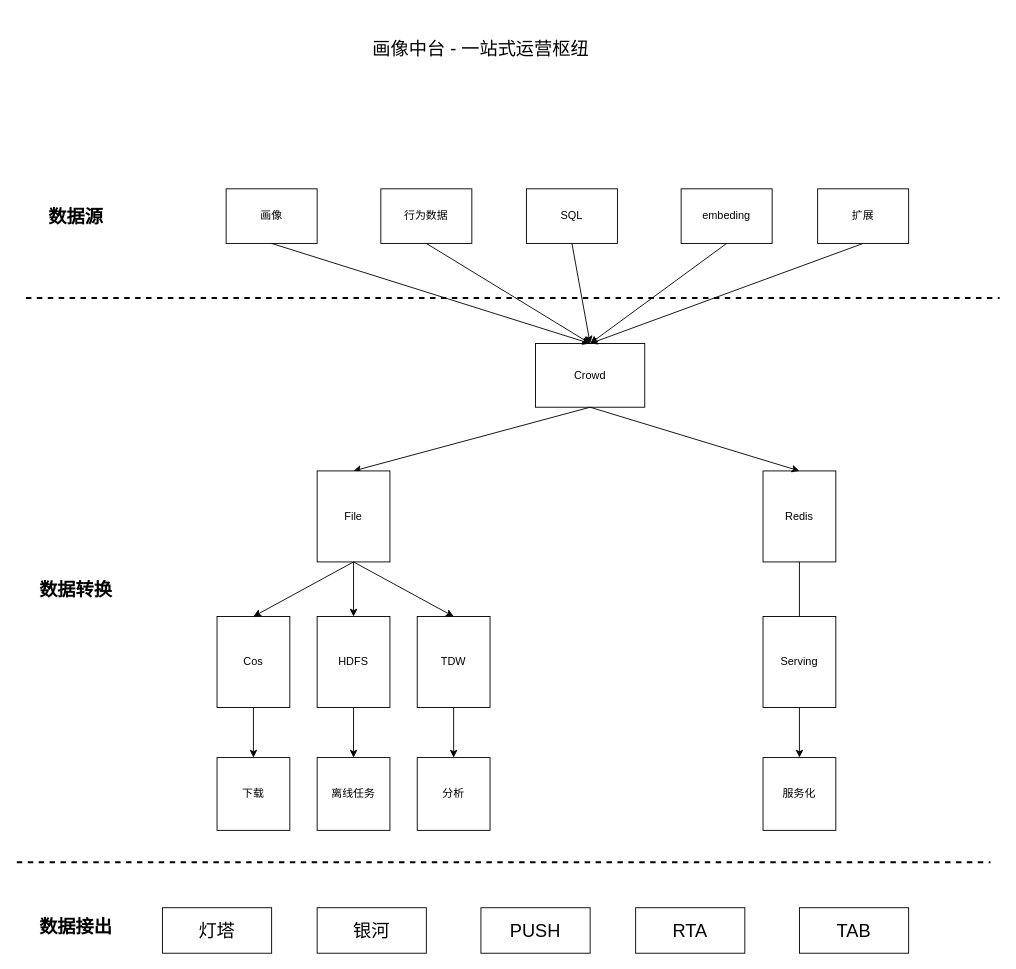
The draw.io diagram tx_infr.drawio in learn2Pro/draw_io_save, before the edit. Source tidied: cells renumbered, new cells numbered last; positions are measured from the earlier drawing's top-left corner, leaving out a move shared by most shapes. Both pictures are drawn from the tidied source at 91%, with x=0, y=0 at pixel (16, 15).
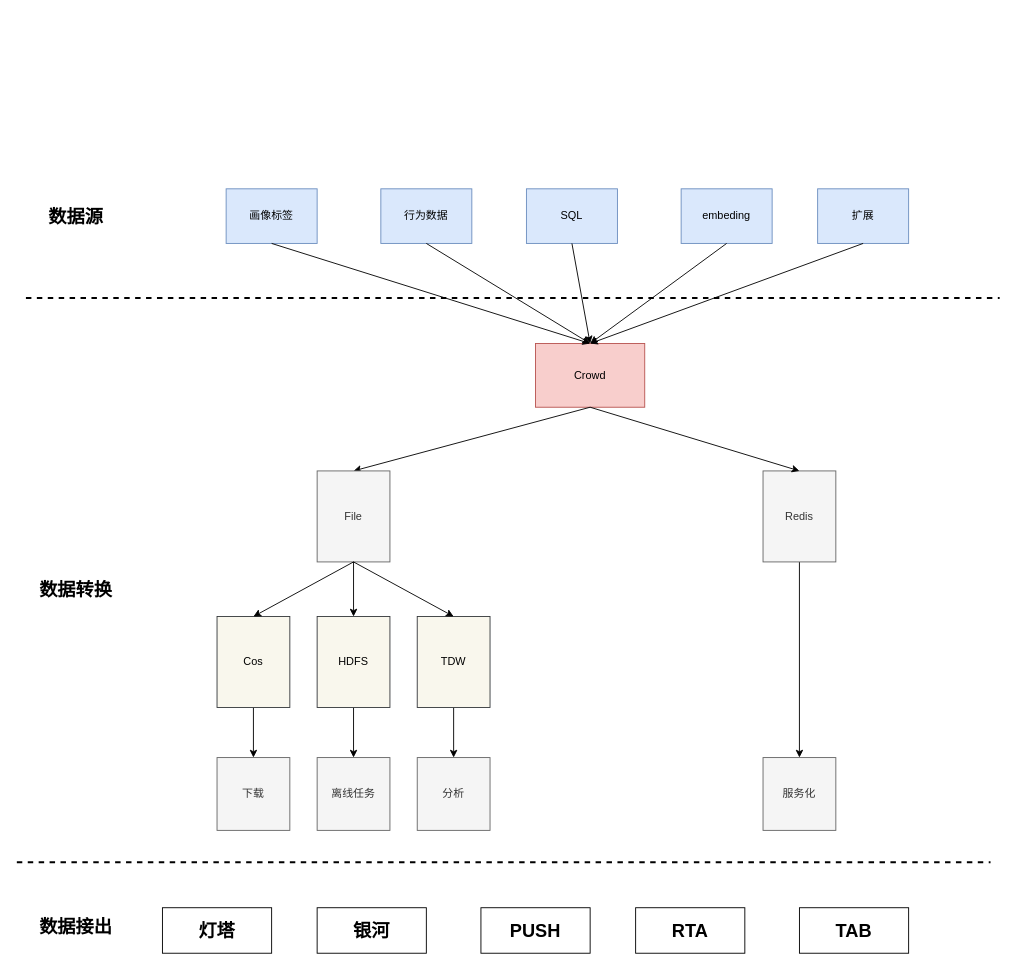
Above is the later version.

Diff of the diagram source:
```diff
@@
-    <mxCell id="2" value="Crowd" style="rounded=0;whiteSpace=wrap;html=1;" parent="1" vertex="1">
+    <mxCell id="2" value="Crowd" style="rounded=0;whiteSpace=wrap;html=1;fillColor=#f8cecc;strokeColor=#b85450;" parent="1" vertex="1">
       <mxGeometry x="570" y="360" width="120" height="70" as="geometry" />
     </mxCell>
@@
-    <mxCell id="4" value="File" style="rounded=0;whiteSpace=wrap;html=1;" parent="1" vertex="1">
+    <mxCell id="4" value="File" style="rounded=0;whiteSpace=wrap;html=1;fillColor=#f5f5f5;fontColor=#333333;strokeColor=#666666;" parent="1" vertex="1">
       <mxGeometry x="330" y="500" width="80" height="100" as="geometry" />
     </mxCell>
-    <mxCell id="5" style="edgeStyle=orthogonalEdgeStyle;rounded=0;jettySize=auto;html=1;startArrow=none;" parent="1" edge="1" source="21" target="20">
-      <mxGeometry relative="1" as="geometry" />
-    </mxCell>
+    <mxCell id="44" style="edgeStyle=orthogonalEdgeStyle;rounded=0;jettySize=auto;html=1;entryX=0.5;entryY=0;entryDx=0;entryDy=0;" parent="1" edge="1" source="6" target="20">
+      <mxGeometry relative="1" as="geometry" />
+    </mxCell>
-    <mxCell id="6" value="Redis" style="rounded=0;whiteSpace=wrap;html=1;" parent="1" vertex="1">
+    <mxCell id="6" value="Redis" style="rounded=0;whiteSpace=wrap;html=1;fillColor=#f5f5f5;fontColor=#333333;strokeColor=#666666;" parent="1" vertex="1">
       <mxGeometry x="820" y="500" width="80" height="100" as="geometry" />
     </mxCell>
@@
-    <mxCell id="9" value="Cos" style="rounded=0;whiteSpace=wrap;html=1;" parent="1" vertex="1">
+    <mxCell id="9" value="Cos" style="rounded=0;whiteSpace=wrap;html=1;fillColor=#f9f7ed;strokeColor=#36393d;" parent="1" vertex="1">
       <mxGeometry x="220" y="660" width="80" height="100" as="geometry" />
     </mxCell>
@@
-    <mxCell id="11" value="HDFS" style="rounded=0;whiteSpace=wrap;html=1;" parent="1" vertex="1">
+    <mxCell id="11" value="HDFS" style="rounded=0;whiteSpace=wrap;html=1;fillColor=#f9f7ed;strokeColor=#36393d;" parent="1" vertex="1">
       <mxGeometry x="330" y="660" width="80" height="100" as="geometry" />
     </mxCell>
@@
-    <mxCell id="13" value="TDW" style="rounded=0;whiteSpace=wrap;html=1;" parent="1" vertex="1">
+    <mxCell id="13" value="TDW" style="rounded=0;whiteSpace=wrap;html=1;fillColor=#f9f7ed;strokeColor=#36393d;" parent="1" vertex="1">
       <mxGeometry x="440" y="660" width="80" height="100" as="geometry" />
     </mxCell>
@@
-    <mxCell id="17" value="下载" style="whiteSpace=wrap;html=1;" parent="1" vertex="1">
+    <mxCell id="17" value="下载" style="whiteSpace=wrap;html=1;fillColor=#f5f5f5;fontColor=#333333;strokeColor=#666666;" parent="1" vertex="1">
       <mxGeometry x="220" y="815" width="80" height="80" as="geometry" />
     </mxCell>
-    <mxCell id="18" value="离线任务" style="whiteSpace=wrap;html=1;" parent="1" vertex="1">
+    <mxCell id="18" value="离线任务" style="whiteSpace=wrap;html=1;fillColor=#f5f5f5;fontColor=#333333;strokeColor=#666666;" parent="1" vertex="1">
       <mxGeometry x="330" y="815" width="80" height="80" as="geometry" />
     </mxCell>
-    <mxCell id="19" value="分析" style="whiteSpace=wrap;html=1;" parent="1" vertex="1">
+    <mxCell id="19" value="分析" style="whiteSpace=wrap;html=1;fillColor=#f5f5f5;fontColor=#333333;strokeColor=#666666;" parent="1" vertex="1">
       <mxGeometry x="440" y="815" width="80" height="80" as="geometry" />
     </mxCell>
-    <mxCell id="20" value="服务化" style="rounded=0;whiteSpace=wrap;html=1;" parent="1" vertex="1">
+    <mxCell id="20" value="服务化" style="rounded=0;whiteSpace=wrap;html=1;fillColor=#f5f5f5;fontColor=#333333;strokeColor=#666666;" parent="1" vertex="1">
       <mxGeometry x="820" y="815" width="80" height="80" as="geometry" />
     </mxCell>
-    <mxCell id="21" value="Serving" style="rounded=0;whiteSpace=wrap;html=1;" parent="1" vertex="1">
-      <mxGeometry x="820" y="660" width="80" height="100" as="geometry" />
-    </mxCell>
-    <mxCell id="22" style="edgeStyle=orthogonalEdgeStyle;rounded=0;jettySize=auto;html=1;endArrow=none;" parent="1" edge="1" source="6" target="21">
-      <mxGeometry relative="1" as="geometry" />
-    </mxCell>
-    <mxCell id="23" value="画像" style="rounded=0;whiteSpace=wrap;html=1;" parent="1" vertex="1">
+    <mxCell id="23" value="画像标签" style="rounded=0;whiteSpace=wrap;html=1;fillColor=#dae8fc;strokeColor=#6c8ebf;" parent="1" vertex="1">
       <mxGeometry x="230" y="190" width="100" height="60" as="geometry" />
     </mxCell>
-    <mxCell id="24" value="行为数据" style="rounded=0;whiteSpace=wrap;html=1;" parent="1" vertex="1">
+    <mxCell id="24" value="行为数据" style="rounded=0;whiteSpace=wrap;html=1;fillColor=#dae8fc;strokeColor=#6c8ebf;" parent="1" vertex="1">
       <mxGeometry x="400" y="190" width="100" height="60" as="geometry" />
     </mxCell>
-    <mxCell id="25" value="SQL" style="rounded=0;whiteSpace=wrap;html=1;" parent="1" vertex="1">
+    <mxCell id="25" value="SQL" style="rounded=0;whiteSpace=wrap;html=1;fillColor=#dae8fc;strokeColor=#6c8ebf;" parent="1" vertex="1">
       <mxGeometry x="560" y="190" width="100" height="60" as="geometry" />
     </mxCell>
-    <mxCell id="26" value="embeding" style="rounded=0;whiteSpace=wrap;html=1;" parent="1" vertex="1">
+    <mxCell id="26" value="embeding" style="rounded=0;whiteSpace=wrap;html=1;fillColor=#dae8fc;strokeColor=#6c8ebf;" parent="1" vertex="1">
       <mxGeometry x="730" y="190" width="100" height="60" as="geometry" />
     </mxCell>
-    <mxCell id="27" value="扩展" style="rounded=0;whiteSpace=wrap;html=1;" parent="1" vertex="1">
+    <mxCell id="27" value="扩展" style="rounded=0;whiteSpace=wrap;html=1;fillColor=#dae8fc;strokeColor=#6c8ebf;" parent="1" vertex="1">
       <mxGeometry x="880" y="190" width="100" height="60" as="geometry" />
     </mxCell>
@@
-    <mxCell id="37" value="&lt;font style=&quot;font-size: 20px&quot;&gt;TAB&lt;/font&gt;" style="rounded=0;whiteSpace=wrap;html=1;fontSize=12;" parent="1" vertex="1">
+    <mxCell id="37" value="&lt;font style=&quot;font-size: 20px&quot;&gt;TAB&lt;/font&gt;" style="rounded=0;whiteSpace=wrap;html=1;fontSize=12;fontStyle=1;" parent="1" vertex="1">
       <mxGeometry x="860" y="980" width="120" height="50" as="geometry" />
     </mxCell>
-    <mxCell id="38" value="&lt;font style=&quot;font-size: 20px&quot;&gt;RTA&lt;/font&gt;" style="rounded=0;whiteSpace=wrap;html=1;fontSize=12;" parent="1" vertex="1">
+    <mxCell id="38" value="&lt;font style=&quot;font-size: 20px&quot;&gt;RTA&lt;/font&gt;" style="rounded=0;whiteSpace=wrap;html=1;fontSize=12;fontStyle=1;" parent="1" vertex="1">
       <mxGeometry x="680" y="980" width="120" height="50" as="geometry" />
     </mxCell>
-    <mxCell id="39" value="&lt;span style=&quot;font-size: 20px&quot;&gt;PUSH&lt;/span&gt;" style="rounded=0;whiteSpace=wrap;html=1;fontSize=12;" parent="1" vertex="1">
+    <mxCell id="39" value="&lt;span style=&quot;font-size: 20px&quot;&gt;PUSH&lt;/span&gt;" style="rounded=0;whiteSpace=wrap;html=1;fontSize=12;fontStyle=1;" parent="1" vertex="1">
       <mxGeometry x="510" y="980" width="120" height="50" as="geometry" />
     </mxCell>
-    <mxCell id="40" value="&lt;span style=&quot;font-size: 20px&quot;&gt;银河&lt;/span&gt;" style="rounded=0;whiteSpace=wrap;html=1;fontSize=12;" parent="1" vertex="1">
+    <mxCell id="40" value="&lt;span style=&quot;font-size: 20px&quot;&gt;银河&lt;/span&gt;" style="rounded=0;whiteSpace=wrap;html=1;fontSize=12;fontStyle=1;" parent="1" vertex="1">
       <mxGeometry x="330" y="980" width="120" height="50" as="geometry" />
     </mxCell>
-    <mxCell id="41" value="&lt;span style=&quot;font-size: 20px&quot;&gt;灯塔&lt;/span&gt;" style="rounded=0;whiteSpace=wrap;html=1;fontSize=12;" parent="1" vertex="1">
+    <mxCell id="41" value="&lt;span style=&quot;font-size: 20px&quot;&gt;灯塔&lt;/span&gt;" style="rounded=0;whiteSpace=wrap;html=1;fontSize=12;fontStyle=1;" parent="1" vertex="1">
       <mxGeometry x="160" y="980" width="120" height="50" as="geometry" />
     </mxCell>
@@
-    <mxCell id="43" value="画像中台 - 一站式运营枢纽" style="text;html=1;strokeColor=none;fillColor=none;align=center;verticalAlign=middle;whiteSpace=wrap;rounded=0;fontSize=20;" parent="1" vertex="1">
-      <mxGeometry x="300" width="420" height="70" as="geometry" />
-    </mxCell>
```
